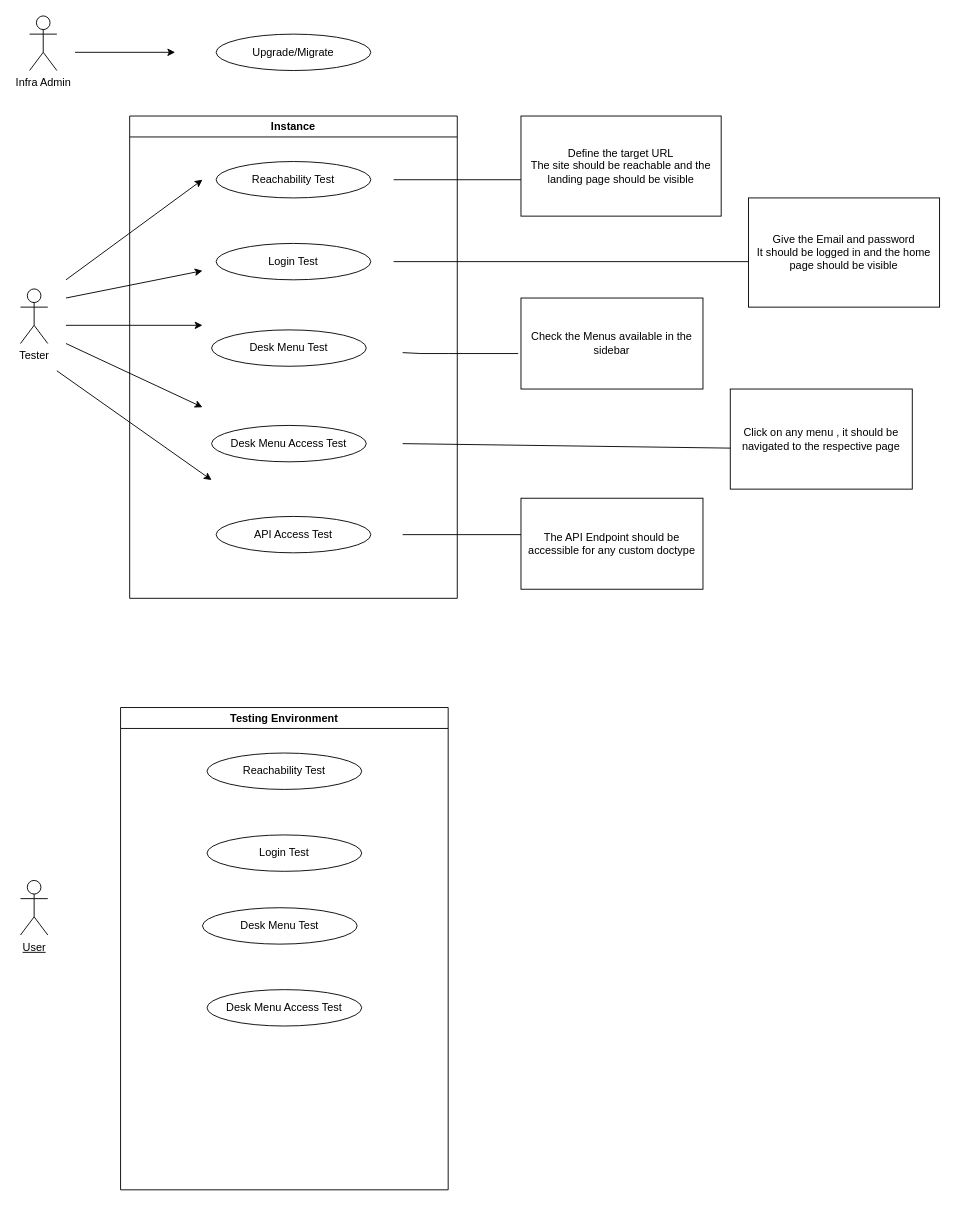
The draw.io diagram Untitled Diagram.drawio in Iswariya-LMNAs/Diagrams, before the edit. Source tidied: cells renumbered, new cells numbered last; positions are measured from the earlier drawing's top-left corner, leaving out a move shared by most shapes. Both pictures are drawn from the tidied source at 91%, with x=0, y=0 at pixel (20, 15).
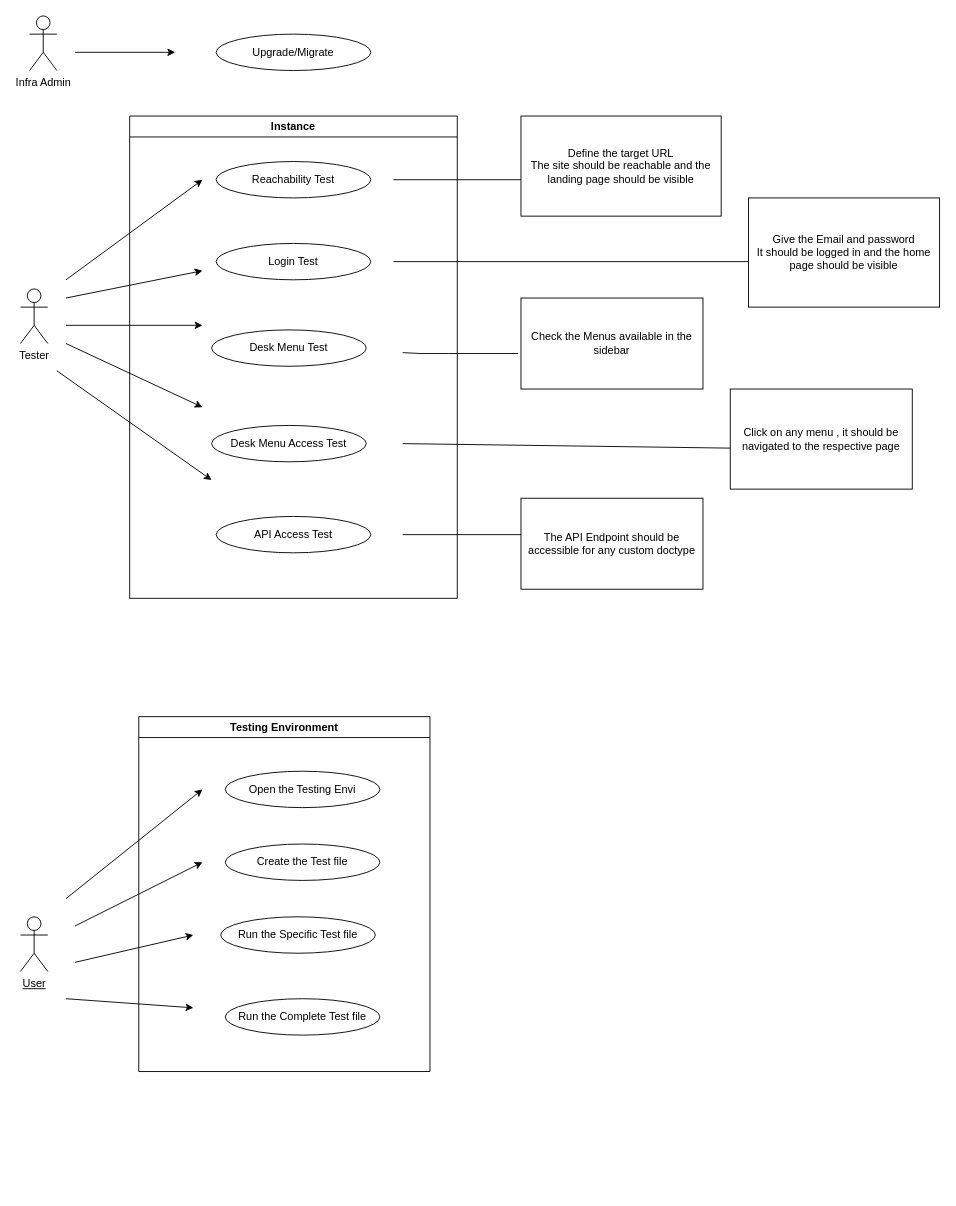
After the change.

What changed in the source:
```diff
@@
     <mxCell id="22" value="Testing Environment" style="swimlane;whiteSpace=wrap;html=1;" parent="1" vertex="1">
-      <mxGeometry x="110" y="760" width="360" height="530" as="geometry" />
+      <mxGeometry x="130" y="770" width="320" height="390" as="geometry" />
     </mxCell>
-    <mxCell id="23" value="Reachability Test" style="ellipse;whiteSpace=wrap;html=1;" parent="22" vertex="1">
-      <mxGeometry x="95" y="50" width="170" height="40" as="geometry" />
+    <mxCell id="23" value="Open the Testing Envi" style="ellipse;whiteSpace=wrap;html=1;" parent="22" vertex="1">
+      <mxGeometry x="95" y="60" width="170" height="40" as="geometry" />
     </mxCell>
-    <mxCell id="24" value="Login Test" style="ellipse;whiteSpace=wrap;html=1;" parent="22" vertex="1">
+    <mxCell id="24" value="Create the Test file" style="ellipse;whiteSpace=wrap;html=1;" parent="22" vertex="1">
       <mxGeometry x="95" y="140" width="170" height="40" as="geometry" />
     </mxCell>
-    <mxCell id="25" value="Desk Menu Test" style="ellipse;whiteSpace=wrap;html=1;" parent="22" vertex="1">
+    <mxCell id="25" value="Run the Specific Test file" style="ellipse;whiteSpace=wrap;html=1;" parent="22" vertex="1">
       <mxGeometry x="90" y="220" width="170" height="40" as="geometry" />
     </mxCell>
-    <mxCell id="26" value="Desk Menu Access Test" style="ellipse;whiteSpace=wrap;html=1;" parent="22" vertex="1">
+    <mxCell id="26" value="Run the Complete Test file" style="ellipse;whiteSpace=wrap;html=1;" parent="22" vertex="1">
       <mxGeometry x="95" y="310" width="170" height="40" as="geometry" />
     </mxCell>
     <mxCell id="27" value="User" style="shape=umlActor;verticalLabelPosition=bottom;verticalAlign=top;html=1;fontStyle=4;" parent="1" vertex="1">
-      <mxGeometry y="950" width="30" height="60" as="geometry" />
+      <mxGeometry y="990" width="30" height="60" as="geometry" />
     </mxCell>
@@
+    <mxCell id="33" style="endArrow=classic;html=1;rounded=0;" parent="1" edge="1">
+      <mxGeometry relative="1" as="geometry">
+        <mxPoint x="50" y="970" as="sourcePoint" />
+        <mxPoint x="200" y="850" as="targetPoint" />
+      </mxGeometry>
+    </mxCell>
+    <mxCell id="34" style="endArrow=classic;html=1;rounded=0;" parent="1" edge="1">
+      <mxGeometry relative="1" as="geometry">
+        <mxPoint x="60" y="1000" as="sourcePoint" />
+        <mxPoint x="200" y="930" as="targetPoint" />
+      </mxGeometry>
+    </mxCell>
+    <mxCell id="35" style="endArrow=classic;html=1;rounded=0;" parent="1" edge="1">
+      <mxGeometry relative="1" as="geometry">
+        <mxPoint x="60" y="1040" as="sourcePoint" />
+        <mxPoint x="190" y="1010" as="targetPoint" />
+      </mxGeometry>
+    </mxCell>
+    <mxCell id="36" style="endArrow=classic;html=1;rounded=0;" parent="1" edge="1">
+      <mxGeometry relative="1" as="geometry">
+        <mxPoint x="50" y="1080" as="sourcePoint" />
+        <mxPoint x="190" y="1090" as="targetPoint" />
+      </mxGeometry>
+    </mxCell>
```
